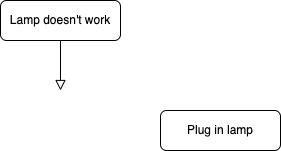
The draw.io diagram docker.png in liu-me/diagrams, before a commit. Source tidied: cells renumbered, new cells last; positions are measured from the earlier drawing's top-left corner, leaving out a move shared by most shapes.
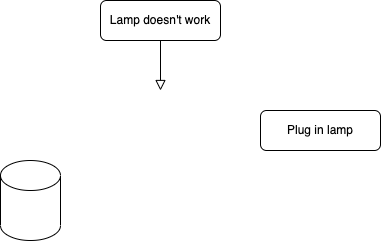
Above is the later version.

Diff of the diagram source:
```diff
@@ -13,5 +13,8 @@
     <mxCell id="4" value="Plug in lamp" style="rounded=1;whiteSpace=wrap;html=1;fontSize=12;glass=0;strokeWidth=1;shadow=0;" parent="1" vertex="1">
       <mxGeometry x="160" y="110" width="120" height="40" as="geometry" />
     </mxCell>
+    <mxCell id="5" style="shape=cylinder3;whiteSpace=wrap;html=1;boundedLbl=1;backgroundOutline=1;size=15;" parent="1" vertex="1">
+      <mxGeometry x="-100" y="160" width="60" height="80" as="geometry" />
+    </mxCell>
   </root>
 </mxGraphModel>
```
